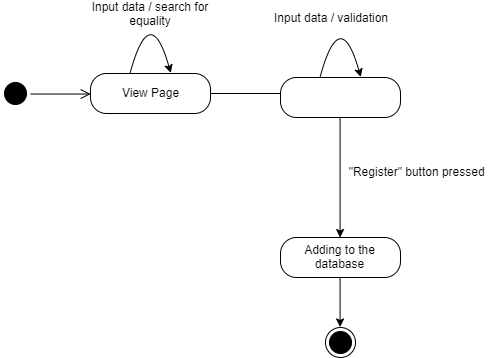
Before: Diagrams/StateDiagrams/AddingPersonStateDiagram.png, a diagram exported from draw.io (EfimSirotkin/SchoolStaffManager). Source tidied: cells renumbered, new cells last; positions are measured from the earlier drawing's top-left corner, leaving out a move shared by most shapes.
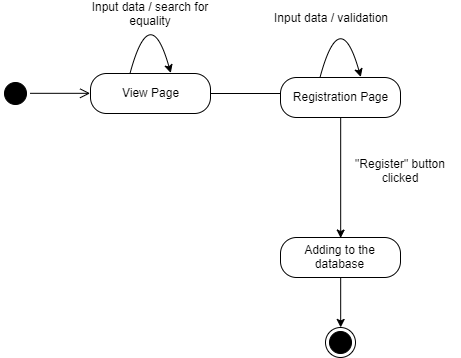
The same file after the commit.

Commit message:
fixed state diagram

Diff of the diagram source:
```diff
@@ -34,7 +34,7 @@
     <mxCell id="9" style="edgeStyle=orthogonalEdgeStyle;curved=1;jettySize=auto;html=1;exitX=0.5;exitY=1;exitDx=0;exitDy=0;entryX=0.5;entryY=0;entryDx=0;entryDy=0;strokeColor=#000000;fillColor=#000000;" parent="1" edge="1" source="10" target="14">
       <mxGeometry relative="1" as="geometry" />
     </mxCell>
-    <mxCell id="10" style="rounded=1;whiteSpace=wrap;html=1;arcSize=40;fontColor=#000000;fillColor=#FFFFFF;strokeColor=#000000;shadow=0;" parent="1" vertex="1">
+    <mxCell id="10" value="Registration Page" style="rounded=1;whiteSpace=wrap;html=1;arcSize=40;fontColor=#000000;fillColor=#FFFFFF;strokeColor=#000000;shadow=0;" parent="1" vertex="1">
       <mxGeometry x="280" y="78" width="120" height="40" as="geometry" />
     </mxCell>
     <mxCell id="11" value="Input data / validation" style="text;html=1;strokeColor=none;fillColor=none;align=center;verticalAlign=middle;whiteSpace=wrap;rounded=0;shadow=0;" parent="1" vertex="1">
@@ -55,8 +55,8 @@
     <mxCell id="14" value="Adding to the database" style="rounded=1;whiteSpace=wrap;html=1;arcSize=40;fontColor=#000000;fillColor=#FFFFFF;strokeColor=#000000;shadow=0;" parent="1" vertex="1">
       <mxGeometry x="280" y="238" width="120" height="40" as="geometry" />
     </mxCell>
-    <mxCell id="15" value="&amp;nbsp;&quot;Register&quot; button pressed" style="text;html=1;strokeColor=none;fillColor=none;align=center;verticalAlign=middle;whiteSpace=wrap;rounded=0;shadow=0;" parent="1" vertex="1">
-      <mxGeometry x="340" y="162" width="150" height="20" as="geometry" />
+    <mxCell id="15" value="&quot;Register&quot; button clicked" style="text;html=1;strokeColor=none;fillColor=none;align=center;verticalAlign=middle;whiteSpace=wrap;rounded=0;shadow=0;" parent="1" vertex="1">
+      <mxGeometry x="340" y="161.5" width="120" height="20" as="geometry" />
     </mxCell>
   </root>
 </mxGraphModel>
```
